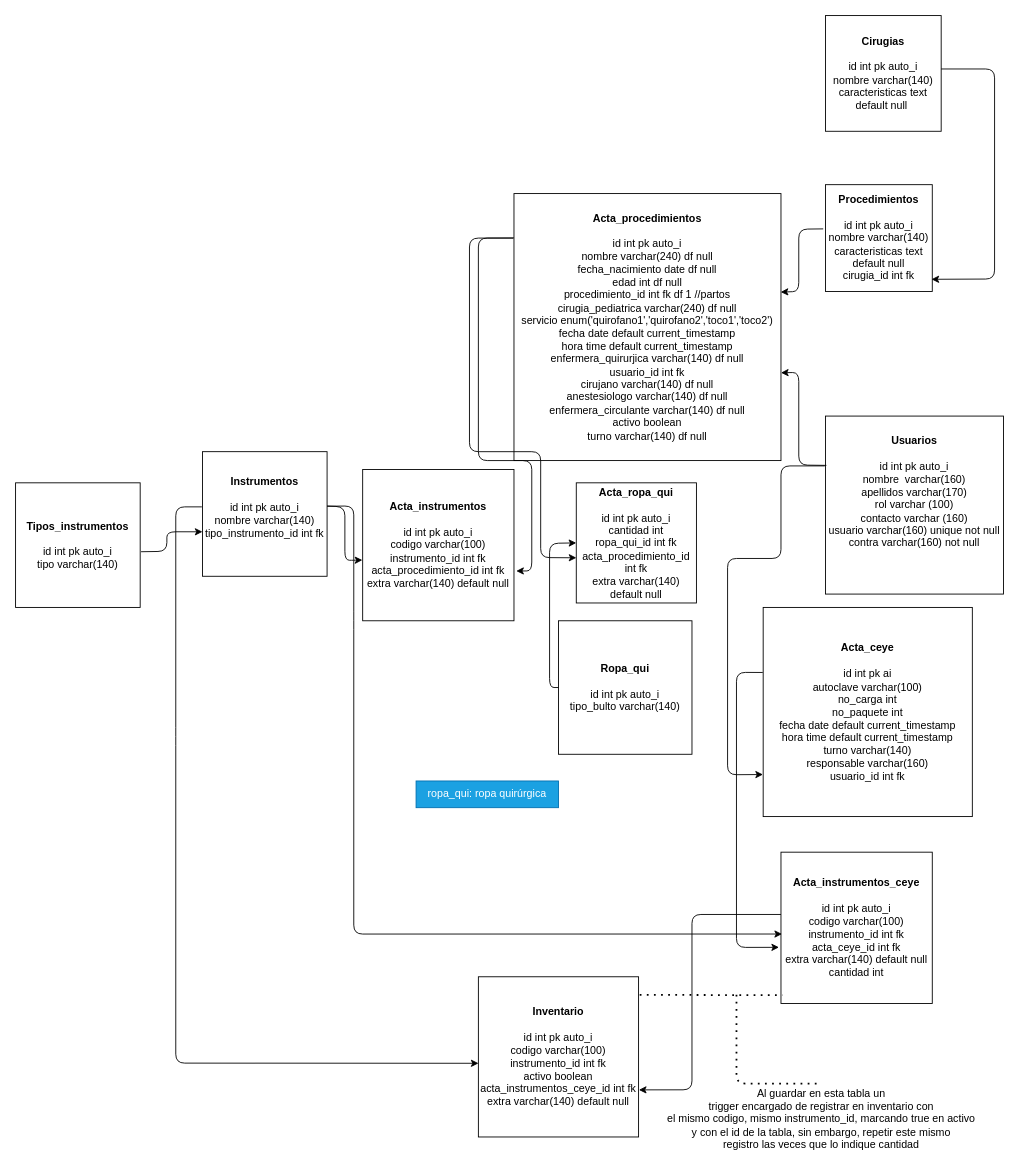
Above: zDataBase/diagrama.drawio in jorgerod1/control_hospital (draw.io), before the change. Source tidied: cells renumbered, new cells numbered last; positions are measured from the earlier drawing's top-left corner, leaving out a move shared by most shapes. Both pictures are drawn from the tidied source at 89%, with x=0, y=0 at pixel (15, 15).
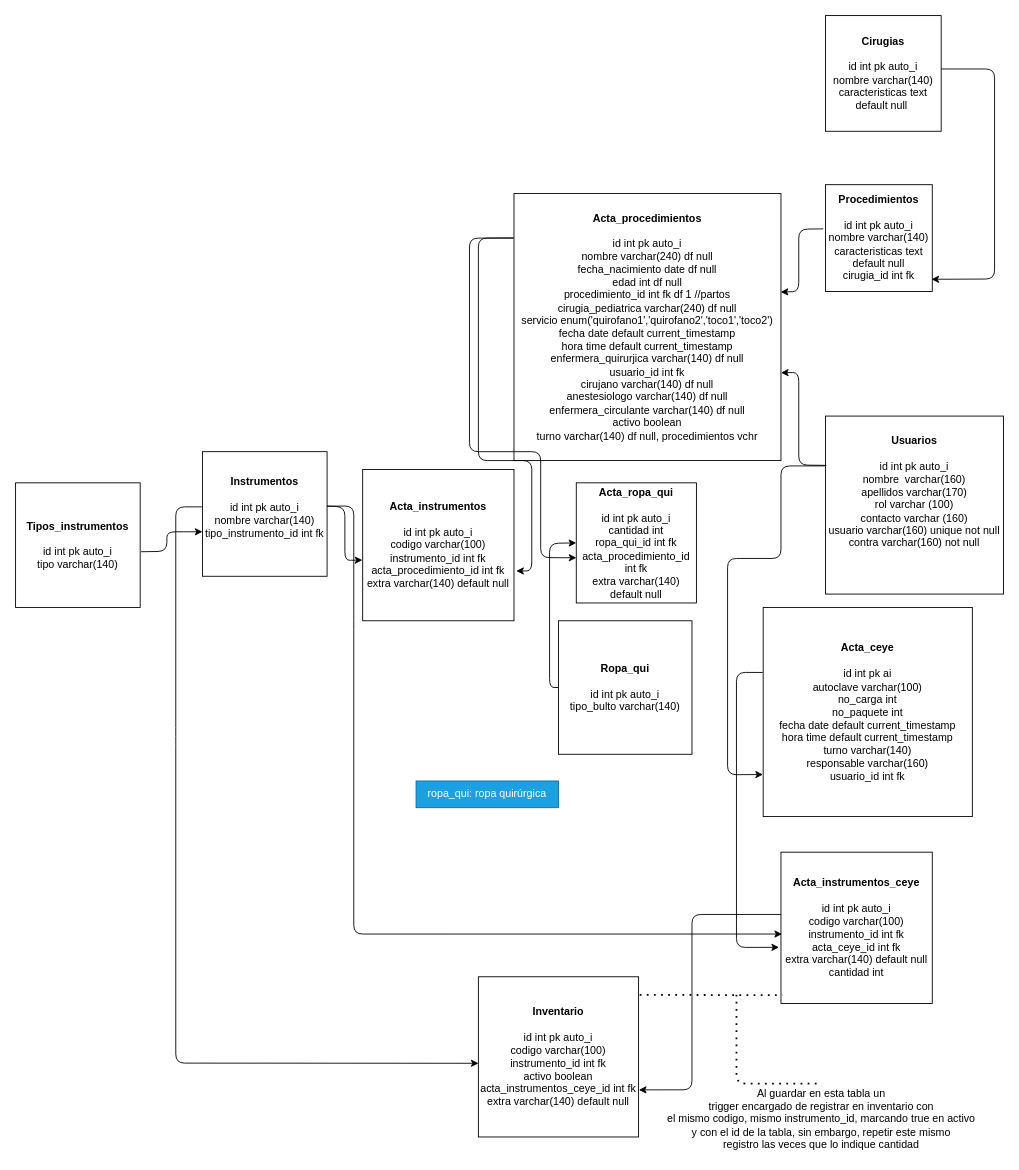
The same page after the edit.

Diff of the diagram source:
```diff
@@
-    <mxCell id="4" value="&lt;b&gt;Acta_procedimientos&lt;/b&gt;&lt;br&gt;&lt;br&gt;id int pk auto_i&lt;br&gt;nombre varchar(240) df null&lt;br&gt;fecha_nacimiento date df null&lt;br&gt;edad int df null&lt;br&gt;procedimiento_id int fk df 1 //partos&lt;br&gt;cirugia_pediatrica varchar(240) df null&lt;br&gt;servicio enum('quirofano1','quirofano2','toco1','toco2')&lt;br&gt;fecha date default current_timestamp&lt;br&gt;hora time default current_timestamp&lt;br&gt;enfermera_quirurjica varchar(140) df null&lt;br&gt;usuario_id int fk&lt;br&gt;cirujano varchar(140) df null&lt;br&gt;anestesiologo varchar(140) df null&lt;br&gt;enfermera_circulante varchar(140) df null&lt;br&gt;activo boolean&lt;br&gt;turno varchar(140) df null" style="whiteSpace=wrap;html=1;" parent="1" vertex="1">
+    <mxCell id="4" value="&lt;b&gt;Acta_procedimientos&lt;/b&gt;&lt;br&gt;&lt;br&gt;id int pk auto_i&lt;br&gt;nombre varchar(240) df null&lt;br&gt;fecha_nacimiento date df null&lt;br&gt;edad int df null&lt;br&gt;procedimiento_id int fk df 1 //partos&lt;br&gt;cirugia_pediatrica varchar(240) df null&lt;br&gt;servicio enum('quirofano1','quirofano2','toco1','toco2')&lt;br&gt;fecha date default current_timestamp&lt;br&gt;hora time default current_timestamp&lt;br&gt;enfermera_quirurjica varchar(140) df null&lt;br&gt;usuario_id int fk&lt;br&gt;cirujano varchar(140) df null&lt;br&gt;anestesiologo varchar(140) df null&lt;br&gt;enfermera_circulante varchar(140) df null&lt;br&gt;activo boolean&lt;br&gt;turno varchar(140) df null, procedimientos vchr" style="whiteSpace=wrap;html=1;" parent="1" vertex="1">
       <mxGeometry x="560" y="200" width="300" height="300" as="geometry" />
     </mxCell>
```
